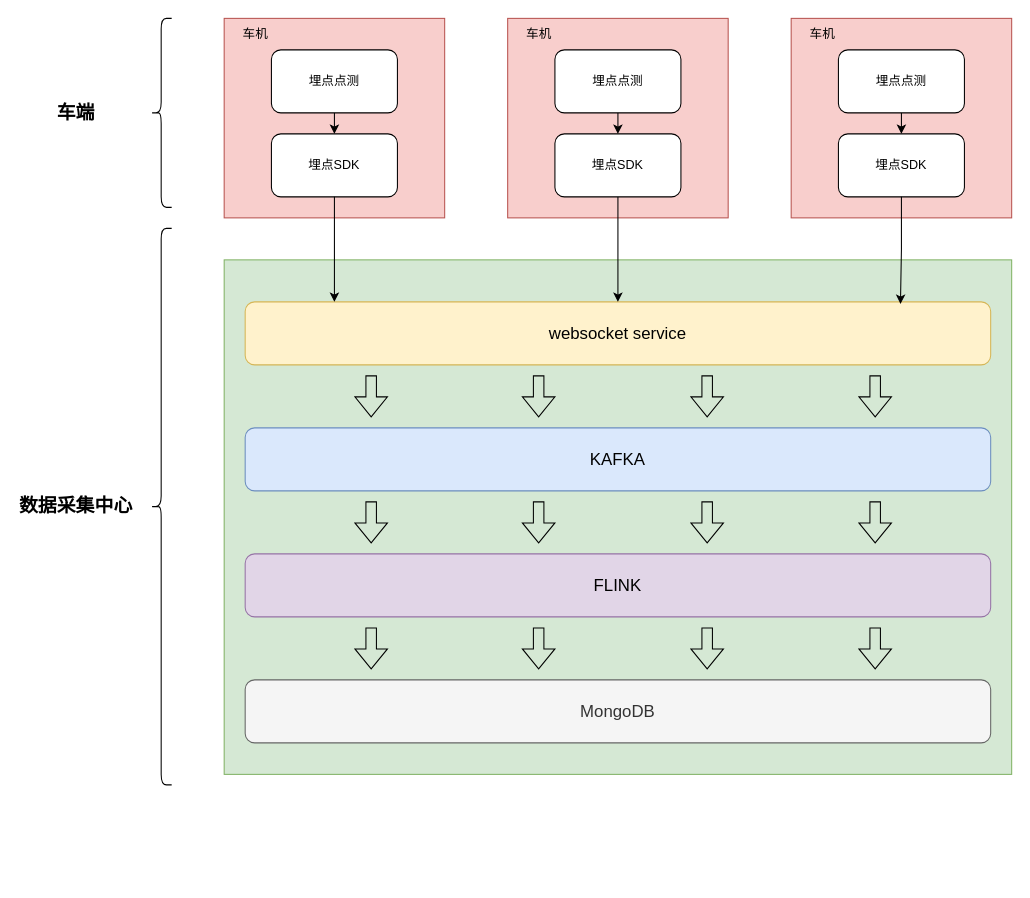
This is 新版测试架构图.drawio from shaozc3g/draw_io, a draw.io file, before an edit. Source tidied: cells renumbered, new cells numbered last; positions are measured from the earlier drawing's top-left corner, leaving out a move shared by most shapes. Both pictures are drawn from the tidied source at 105%, with x=0, y=0 at pixel (18, 18).
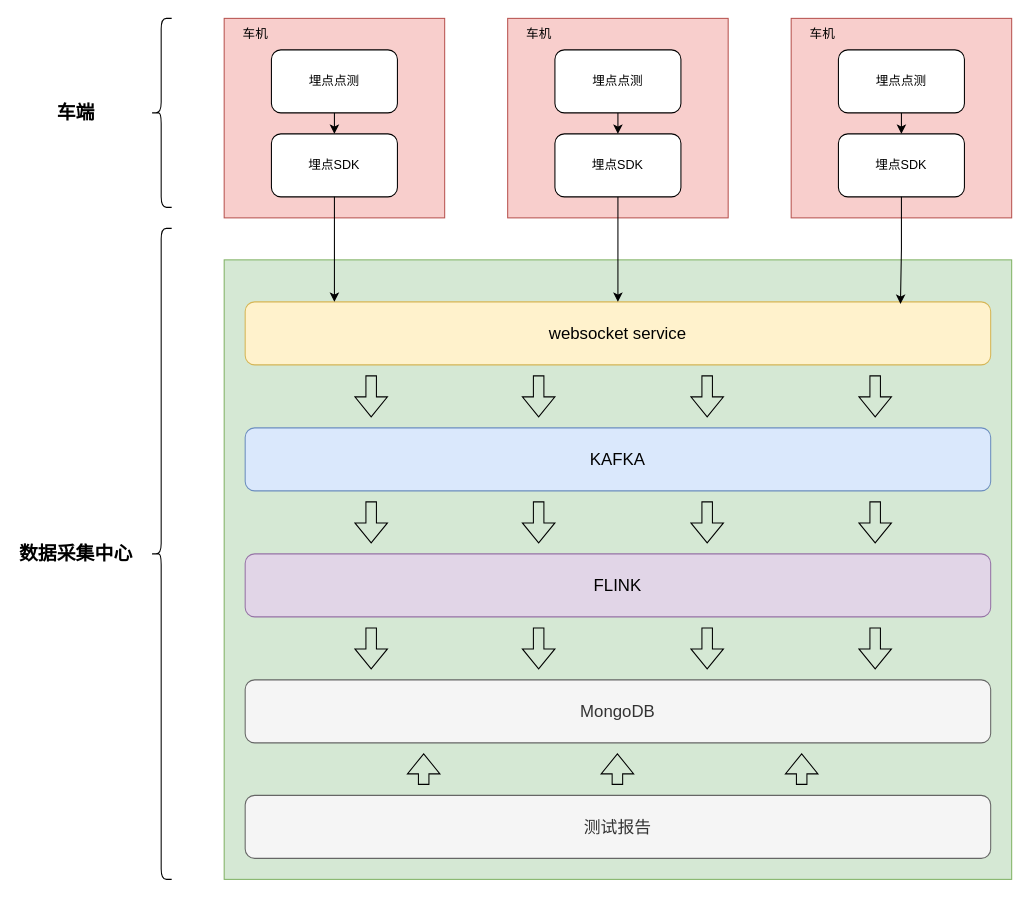
The same diagram, later.

Commit message:
更新新版测试架构图.drawio

Diff of the diagram source:
```diff
@@
     <mxCell id="2" style="rounded=0;whiteSpace=wrap;html=1;fillColor=#d5e8d4;strokeColor=#82b366;" parent="1" vertex="1">
-      <mxGeometry x="196" y="230" width="750" height="490" as="geometry" />
+      <mxGeometry x="196" y="230" width="750" height="590" as="geometry" />
     </mxCell>
@@
     <mxCell id="37" style="shape=curlyBracket;whiteSpace=wrap;html=1;rounded=1;labelPosition=left;verticalLabelPosition=middle;align=right;verticalAlign=middle;" parent="1" vertex="1">
-      <mxGeometry x="126" y="200" width="20" height="530" as="geometry" />
+      <mxGeometry x="126" y="200" width="20" height="620" as="geometry" />
     </mxCell>
     <mxCell id="38" value="数据采集中心" style="text;html=1;align=center;verticalAlign=middle;whiteSpace=wrap;rounded=0;fontSize=18;fontStyle=1;" parent="1" vertex="1">
-      <mxGeometry y="445" width="110" height="40" as="geometry" />
+      <mxGeometry y="490" width="110" height="40" as="geometry" />
     </mxCell>
@@
+    <mxCell id="41" value="&lt;span style=&quot;font-size: 16px;&quot;&gt;测试报告&lt;/span&gt;" style="rounded=1;whiteSpace=wrap;html=1;fillColor=#f5f5f5;fontColor=#333333;strokeColor=#666666;" parent="1" vertex="1">
+      <mxGeometry x="216" y="740" width="710" height="60" as="geometry" />
+    </mxCell>
+    <mxCell id="42" style="shape=flexArrow;endArrow=classic;html=1;rounded=0;" parent="1" edge="1">
+      <mxGeometry relative="1" as="geometry">
+        <mxPoint x="570.5" y="730" as="sourcePoint" />
+        <mxPoint x="570.5" y="700" as="targetPoint" />
+      </mxGeometry>
+    </mxCell>
+    <mxCell id="43" style="shape=flexArrow;endArrow=classic;html=1;rounded=0;" parent="1" edge="1">
+      <mxGeometry relative="1" as="geometry">
+        <mxPoint x="386" y="730" as="sourcePoint" />
+        <mxPoint x="386" y="700" as="targetPoint" />
+      </mxGeometry>
+    </mxCell>
+    <mxCell id="44" style="shape=flexArrow;endArrow=classic;html=1;rounded=0;" parent="1" edge="1">
+      <mxGeometry relative="1" as="geometry">
+        <mxPoint x="746" y="730" as="sourcePoint" />
+        <mxPoint x="746" y="700" as="targetPoint" />
+      </mxGeometry>
+    </mxCell>
```
